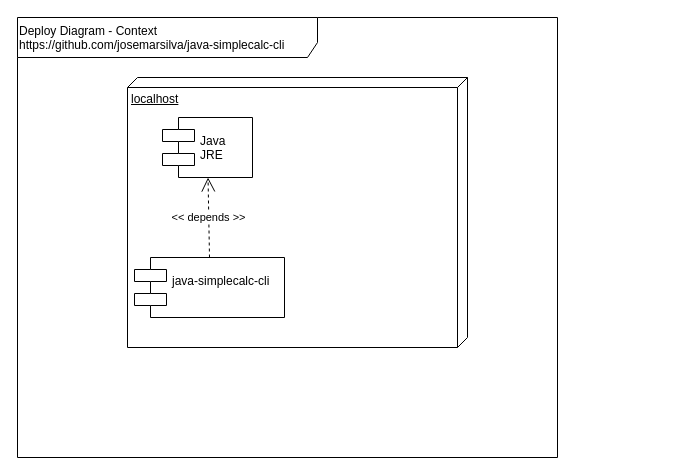
Before: doc/DeployDiagram-Context.drawio in josemarsilva/java-simplecalc-spring-boot, a draw.io diagram. Source tidied: cells renumbered, new cells numbered last; positions are measured from the earlier drawing's top-left corner, leaving out a move shared by most shapes. Both pictures are drawn from the tidied source at 100%, with x=0, y=0 at pixel (17, 17).
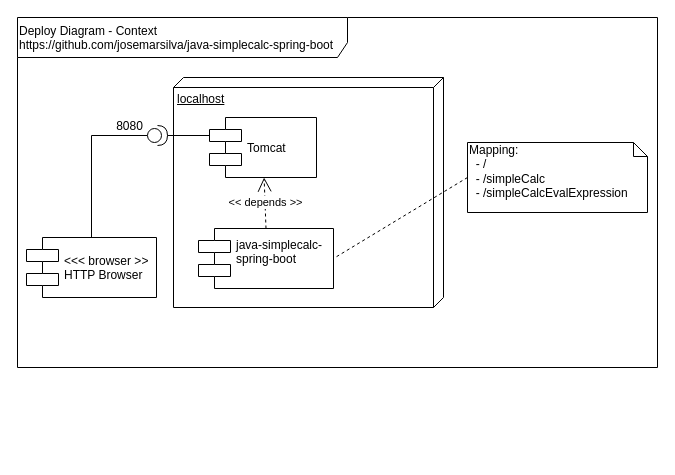
The same diagram, later.

Change to the diagram source:
```diff
@@
 <mxGraphModel>
   <root>
     <mxCell id="0" />
     <mxCell id="1" parent="0" />
-    <mxCell id="2" value="Deploy Diagram - Context&lt;br&gt;https://github.com/josemarsilva/java-simplecalc-cli&lt;br&gt;" style="shape=umlFrame;whiteSpace=wrap;html=1;width=300;height=40;verticalAlign=top;align=left;" parent="1" vertex="1">
-      <mxGeometry width="540" height="440" as="geometry" />
+    <mxCell id="2" value="Deploy Diagram - Context&lt;br&gt;https://github.com/josemarsilva/java-simplecalc-spring-boot&lt;br&gt;" style="shape=umlFrame;whiteSpace=wrap;html=1;width=330;height=40;verticalAlign=top;align=left;" parent="1" vertex="1">
+      <mxGeometry width="640" height="350" as="geometry" />
     </mxCell>
     <mxCell id="3" value="localhost" style="verticalAlign=top;align=left;spacingTop=8;spacingLeft=2;spacingRight=12;shape=cube;size=10;direction=south;fontStyle=4;html=1;" parent="1" vertex="1">
-      <mxGeometry x="110" y="60" width="340" height="270" as="geometry" />
+      <mxGeometry x="156" y="60" width="270" height="230" as="geometry" />
     </mxCell>
-    <mxCell id="4" value="Java&#10;JRE" style="shape=component;align=left;spacingLeft=36;" parent="1" vertex="1">
-      <mxGeometry x="145" y="100" width="90" height="60" as="geometry" />
+    <mxCell id="4" value="Tomcat" style="shape=component;align=left;spacingLeft=36;" parent="1" vertex="1">
+      <mxGeometry x="192" y="100" width="107" height="60" as="geometry" />
     </mxCell>
-    <mxCell id="5" value="java-simplecalc-cli&#10;" style="shape=component;align=left;spacingLeft=36;" parent="1" vertex="1">
-      <mxGeometry x="117" y="240" width="150" height="60" as="geometry" />
+    <mxCell id="5" value="java-simplecalc-&#10;spring-boot&#10;" style="shape=component;align=left;spacingLeft=36;" parent="1" vertex="1">
+      <mxGeometry x="181" y="211" width="135" height="60" as="geometry" />
     </mxCell>
     <mxCell id="6" value="&amp;lt;&amp;lt; depends &amp;gt;&amp;gt;" style="endArrow=open;endSize=12;dashed=1;html=1;exitX=0.5;exitY=0;exitDx=0;exitDy=0;" parent="1" edge="1" source="5" target="4">
       <mxGeometry relative="1" as="geometry" />
     </mxCell>
+    <mxCell id="7" style="edgeStyle=orthogonalEdgeStyle;rounded=0;jettySize=auto;html=1;entryX=0;entryY=0.5;entryDx=0;entryDy=0;endArrow=none;endFill=0;entryPerimeter=0;exitX=0.5;exitY=0;exitDx=0;exitDy=0;" parent="1" edge="1" source="9" target="11">
+      <mxGeometry relative="1" as="geometry" />
+    </mxCell>
+    <mxCell id="8" value="8080" style="text;html=1;align=center;verticalAlign=middle;labelBackgroundColor=#ffffff;" parent="7" vertex="1">
+      <mxGeometry x="0.75" y="-2" relative="1" as="geometry">
+        <mxPoint x="1" y="-12" as="offset" />
+      </mxGeometry>
+    </mxCell>
+    <mxCell id="9" value="&lt;&lt;&lt; browser &gt;&gt;&#10;HTTP Browser" style="shape=component;align=left;spacingLeft=36;" parent="1" vertex="1">
+      <mxGeometry x="9" y="220" width="130" height="60" as="geometry" />
+    </mxCell>
+    <mxCell id="10" style="edgeStyle=orthogonalEdgeStyle;rounded=0;jettySize=auto;html=1;entryX=0;entryY=0.3;entryDx=0;entryDy=0;endArrow=none;endFill=0;" parent="1" edge="1" source="11" target="4">
+      <mxGeometry relative="1" as="geometry" />
+    </mxCell>
+    <mxCell id="11" style="shape=providedRequiredInterface;html=1;verticalLabelPosition=bottom;" parent="1" vertex="1">
+      <mxGeometry x="130" y="108" width="20" height="20" as="geometry" />
+    </mxCell>
+    <mxCell id="12" style="rounded=0;jettySize=auto;html=1;entryX=1;entryY=0.5;entryDx=0;entryDy=0;endArrow=none;endFill=0;dashed=1;exitX=0;exitY=0.5;exitDx=0;exitDy=0;exitPerimeter=0;" parent="1" edge="1" source="13" target="5">
+      <mxGeometry relative="1" as="geometry" />
+    </mxCell>
+    <mxCell id="13" value="Mapping:&lt;br&gt;&amp;nbsp; - /&lt;br&gt;&amp;nbsp; - /simpleCalc&lt;br&gt;&amp;nbsp; - /simpleCalcEvalExpression&lt;br&gt;" style="shape=note;whiteSpace=wrap;html=1;size=14;verticalAlign=top;align=left;spacingTop=-6;" parent="1" vertex="1">
+      <mxGeometry x="450" y="125" width="180" height="70" as="geometry" />
+    </mxCell>
   </root>
 </mxGraphModel>
```
